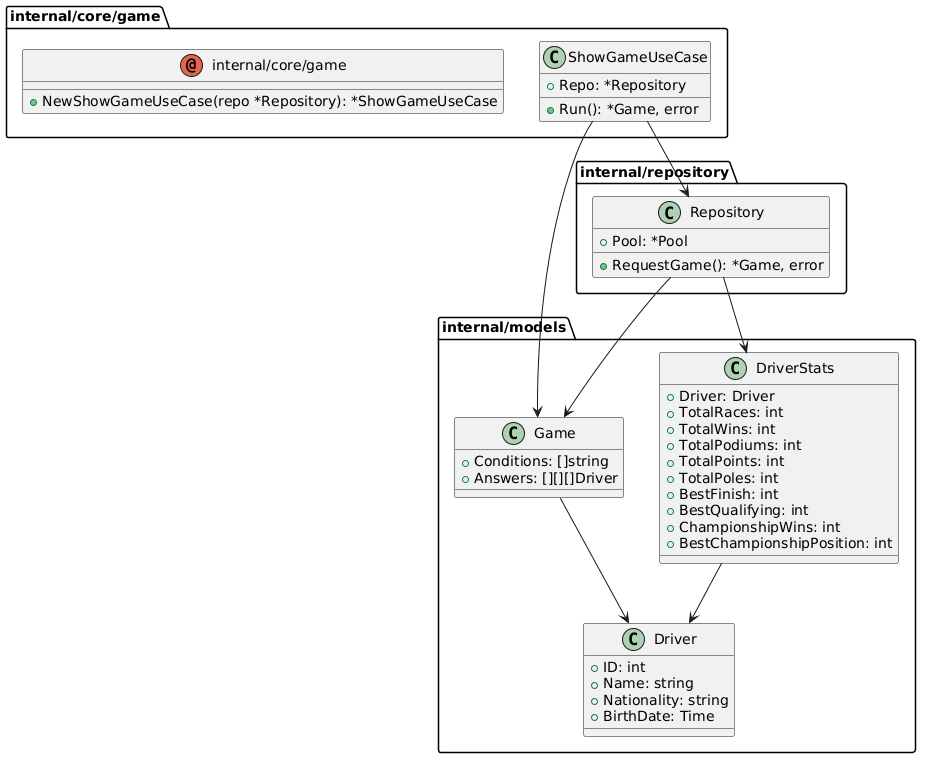
Above: docs/images/gameUML.png in k3sslerX/BMSTU_PPO (PlantUML), before the change. The source it was exported from:
```plantuml
@startuml
top to bottom direction
package internal/core/game{
annotation internal/core/game {


+NewShowGameUseCase(repo *Repository): *ShowGameUseCase
}
class ShowGameUseCase {
+Repo: *Repository
+Run(): *Game, error
}
}

package internal/models{

class Driver {
+ID: int
+Name: string
+Nationality: string
+BirthDate: Time

}
class DriverStats {
+Driver: Driver
+TotalRaces: int
+TotalWins: int
+TotalPodiums: int
+TotalPoints: int
+TotalPoles: int
+BestFinish: int
+BestQualifying: int
+ChampionshipWins: int
+BestChampionshipPosition: int

}
class Game {
+Conditions: []string
+Answers: [][][]Driver

}

}
package internal/repository{
class Repository {
+Pool: *Pool
+RequestGame(): *Game, error
}
}
"ShowGameUseCase" --> "Repository"
"ShowGameUseCase" --> "Game"
"Repository" --> "Game"
"Repository" --> "DriverStats"
"Game" --> "Driver"
"DriverStats" --> "Driver"
@enduml
```
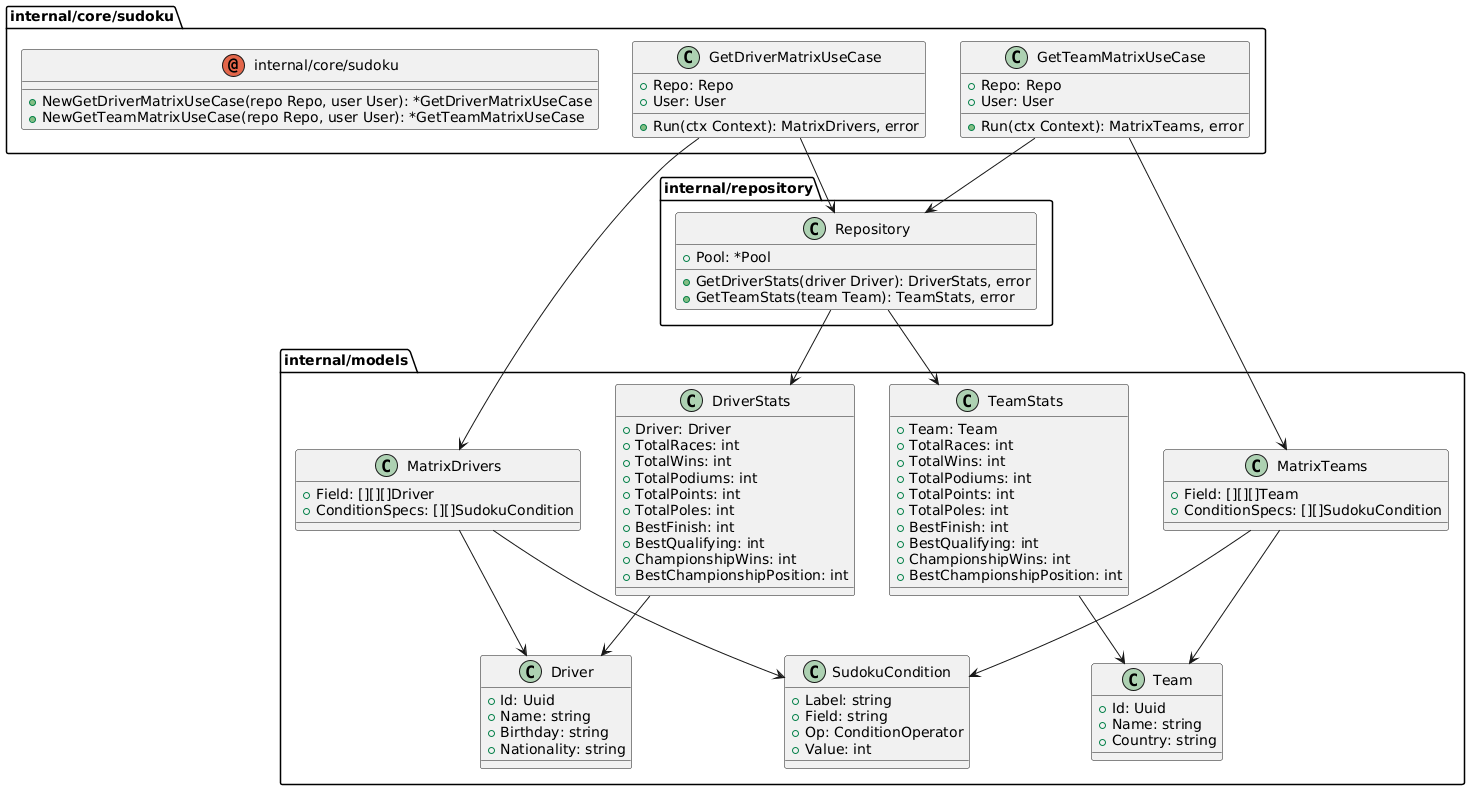
Later version of the same file.

What changed in the source:
```diff
@@ -1,26 +1,33 @@
 @startuml
-top to bottom direction
-package internal/core/game{
-annotation internal/core/game {
+package internal/core/sudoku{
+annotation internal/core/sudoku {
++NewGetDriverMatrixUseCase(repo Repo, user User): *GetDriverMatrixUseCase
++NewGetTeamMatrixUseCase(repo Repo, user User): *GetTeamMatrixUseCase
+}
 
+class GetDriverMatrixUseCase {
++Repo: Repo
++User: User
++Run(ctx Context): MatrixDrivers, error
+}
 
-+NewShowGameUseCase(repo *Repository): *ShowGameUseCase
-}
-class ShowGameUseCase {
-+Repo: *Repository
-+Run(): *Game, error
+class GetTeamMatrixUseCase {
++Repo: Repo
++User: User
++Run(ctx Context): MatrixTeams, error
 }
 }
 
 package internal/models{
 
 class Driver {
-+ID: int
++Id: Uuid
 +Name: string
++Birthday: string
 +Nationality: string
-+BirthDate: Time
 
 }
+
 class DriverStats {
 +Driver: Driver
 +TotalRaces: int
@@ -32,25 +39,65 @@
 +BestQualifying: int
 +ChampionshipWins: int
 +BestChampionshipPosition: int
+}
+
+class SudokuCondition {
++Label: string
++Field: string
++Op: ConditionOperator
++Value: int
 
 }
-class Game {
-+Conditions: []string
-+Answers: [][][]Driver
+class MatrixTeams {
++Field: [][][]Team
++ConditionSpecs: [][]SudokuCondition
 
+}
+
+class MatrixDrivers {
++Field: [][][]Driver
++ConditionSpecs: [][]SudokuCondition
+
+}
+
+class Team {
++Id: Uuid
++Name: string
++Country: string
+
+}
+class TeamStats {
++Team: Team
++TotalRaces: int
++TotalWins: int
++TotalPodiums: int
++TotalPoints: int
++TotalPoles: int
++BestFinish: int
++BestQualifying: int
++ChampionshipWins: int
++BestChampionshipPosition: int
 }
 
 }
 package internal/repository{
 class Repository {
 +Pool: *Pool
-+RequestGame(): *Game, error
++GetDriverStats(driver Driver): DriverStats, error
++GetTeamStats(team Team): TeamStats, error
 }
 }
-"ShowGameUseCase" --> "Repository"
-"ShowGameUseCase" --> "Game"
-"Repository" --> "Game"
-"Repository" --> "DriverStats"
-"Game" --> "Driver"
-"DriverStats" --> "Driver"
+
+"GetDriverMatrixUseCase" -d-> "MatrixDrivers"
+"GetTeamMatrixUseCase" -d-> "MatrixTeams"
+"MatrixDrivers" -d-> "Driver"
+"MatrixDrivers" -d-> "SudokuCondition"
+"MatrixTeams" -d-> "Team"
+"MatrixTeams" -d-> "SudokuCondition"
+"DriverStats" -d-> "Driver"
+"TeamStats" -d-> "Team"
+"GetDriverMatrixUseCase" -d-> "Repository"
+"GetTeamMatrixUseCase" -d-> "Repository"
+"Repository" -d-> "DriverStats"
+"Repository" -d-> "TeamStats"
 @enduml
```
